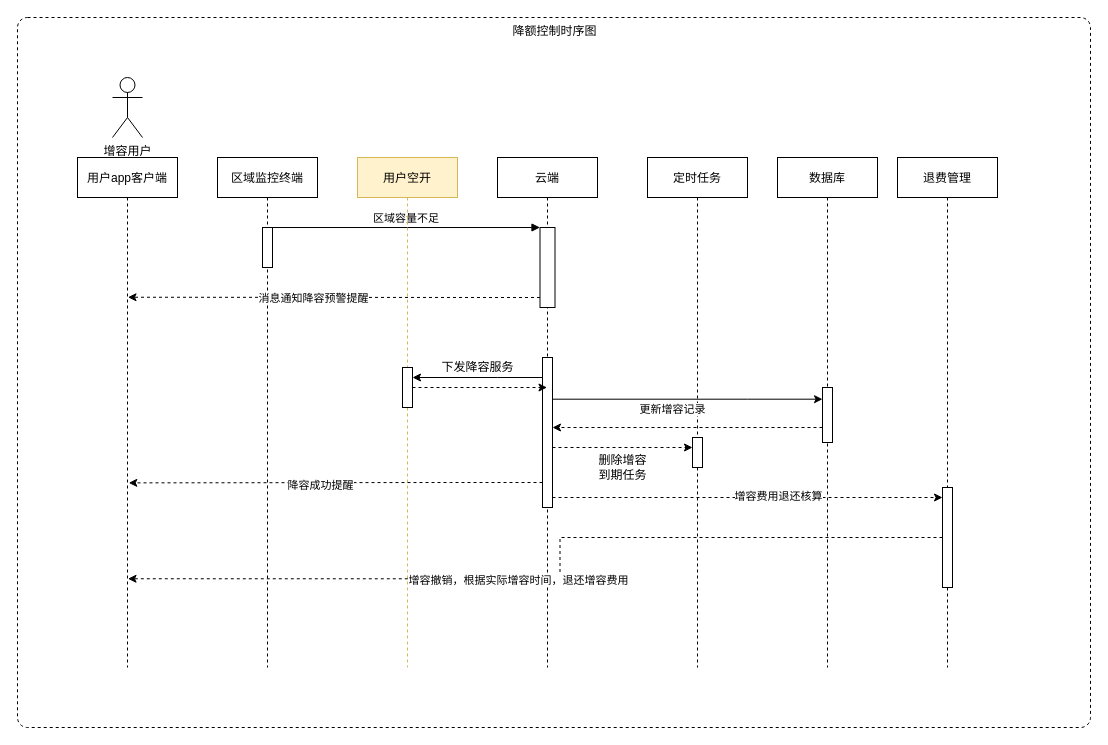
The draw.io diagram 降额控制流程时序图.drawio in chenzhi666/doc, before the edit. Source tidied: cells renumbered, new cells numbered last; positions are measured from the earlier drawing's top-left corner, leaving out a move shared by most shapes. Both pictures are drawn from the tidied source at 100%, with x=0, y=0 at pixel (17, 17).
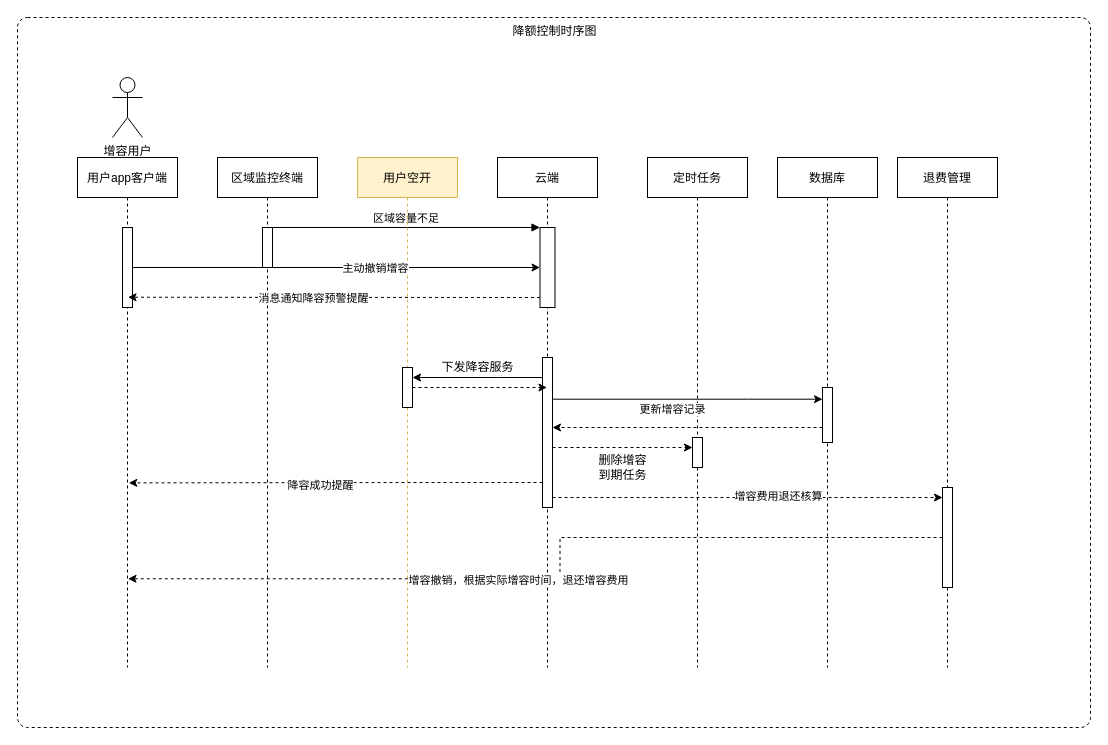
The same diagram, later.

Commit message:
Added 降额控制流程时序图.drawio

The change refers to these unchanged cells:
```xml
<mxCell id="6" style="points=[];perimeter=orthogonalPerimeter;rounded=0;shadow=0;strokeWidth=1;" parent="5" vertex="1">
  <mxGeometry x="42.5" y="70" width="15" height="80" as="geometry" />
</mxCell>
<mxCell id="17" value="用户app客户端" style="shape=umlLifeline;perimeter=lifelinePerimeter;rounded=0;shadow=0;strokeWidth=1;" parent="1" vertex="1">
  <mxGeometry x="60" y="140" width="100" height="510" as="geometry" />
</mxCell>
```

Change to the diagram source:
```diff
@@
+    <mxCell id="35" style="html=1;points=[];perimeter=orthogonalPerimeter;" parent="17" vertex="1">
+      <mxGeometry x="45" y="70" width="10" height="80" as="geometry" />
+    </mxCell>
@@
+    <mxCell id="36" style="edgeStyle=orthogonalEdgeStyle;rounded=0;jettySize=auto;html=1;" parent="1" edge="1" source="35" target="6">
+      <mxGeometry relative="1" as="geometry" />
+    </mxCell>
+    <mxCell id="37" value="主动撤销增容" style="edgeLabel;html=1;align=center;verticalAlign=middle;" parent="36" vertex="1">
+      <mxGeometry x="0.19" relative="1" as="geometry" />
+    </mxCell>
```
